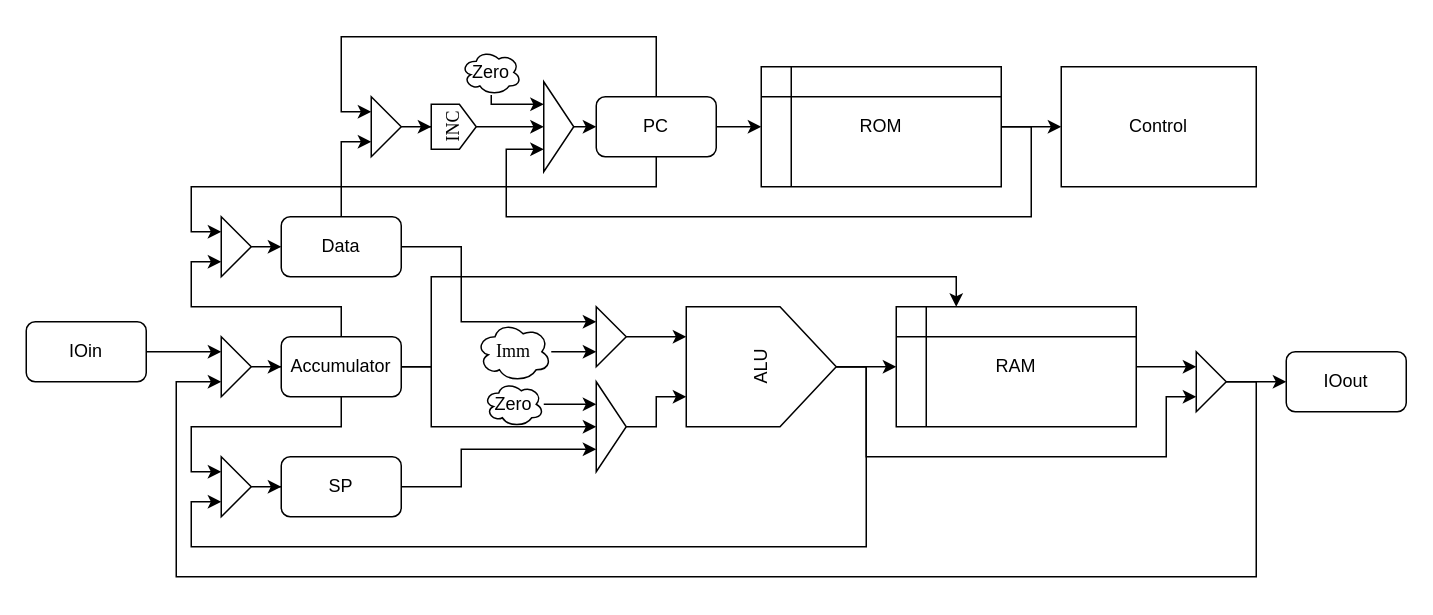
LithosphereRocketry/Nandy keeps this draw.io diagram as Design/datapath.drawio. Above is the earlier version. Source tidied: cells renumbered, new cells numbered last; positions are measured from the earlier drawing's top-left corner, leaving out a move shared by most shapes. Both pictures are drawn from the tidied source at 150%, with x=0, y=0 at pixel (26, 36).
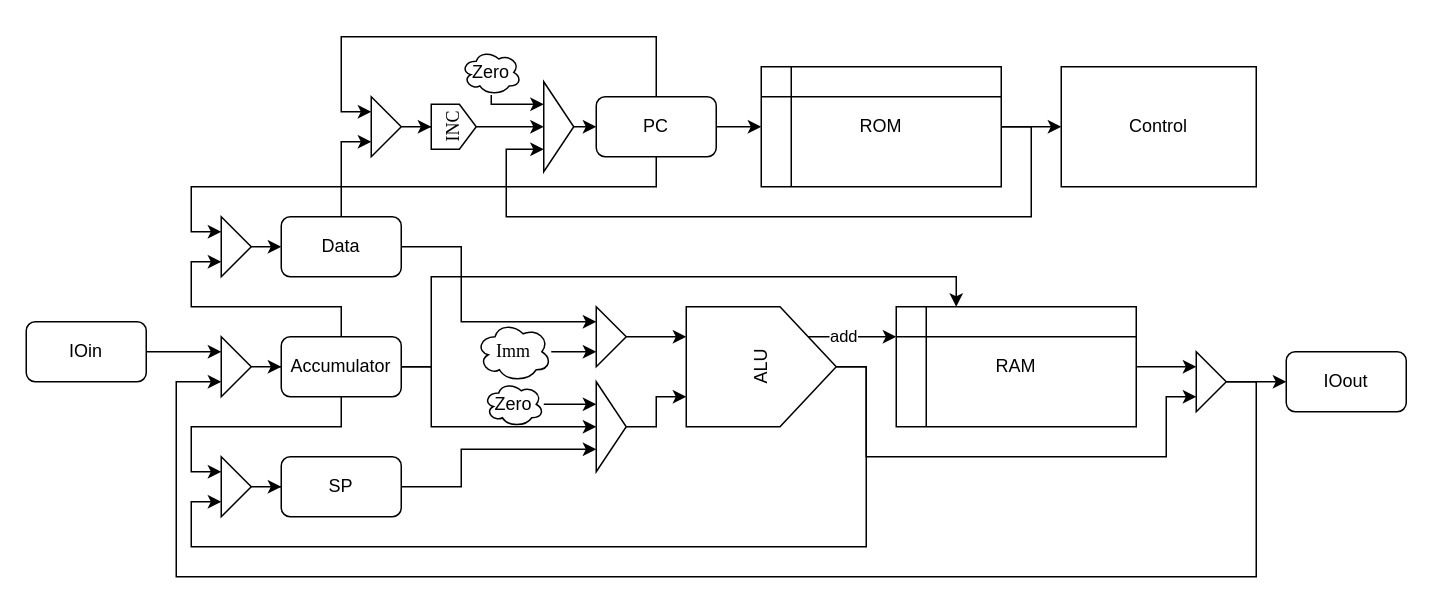
The same page after the edit.

The change refers to these unchanged cells:
```xml
<mxCell id="25" value="&lt;div&gt;RAM&lt;/div&gt;" style="shape=internalStorage;whiteSpace=wrap;html=1;backgroundOutline=1;" parent="1" vertex="1">
  <mxGeometry x="580" y="180" width="160" height="80" as="geometry" />
</mxCell>
<mxCell id="34" value="&lt;font face=&quot;Helvetica&quot;&gt;ALU&lt;/font&gt;" style="shape=offPageConnector;whiteSpace=wrap;html=1;fontFamily=Times New Roman;rotation=-90;" parent="1" vertex="1">
  <mxGeometry x="450" y="170" width="80" height="100" as="geometry" />
</mxCell>
```

The edit, as a diff of the source:
```diff
@@
-    <mxCell id="10" style="edgeStyle=orthogonalEdgeStyle;rounded=0;jettySize=auto;html=1;exitX=0.5;exitY=1;exitDx=0;exitDy=0;entryX=0;entryY=0.5;entryDx=0;entryDy=0;" parent="1" edge="1" source="34" target="25">
+    <mxCell id="10" value="add" style="edgeStyle=orthogonalEdgeStyle;rounded=0;jettySize=auto;html=1;exitX=0.75;exitY=0.7;exitDx=0;exitDy=0;entryX=0;entryY=0.25;entryDx=0;entryDy=0;exitPerimeter=0;" parent="1" edge="1" source="34" target="25">
       <mxGeometry relative="1" as="geometry" />
     </mxCell>
```
